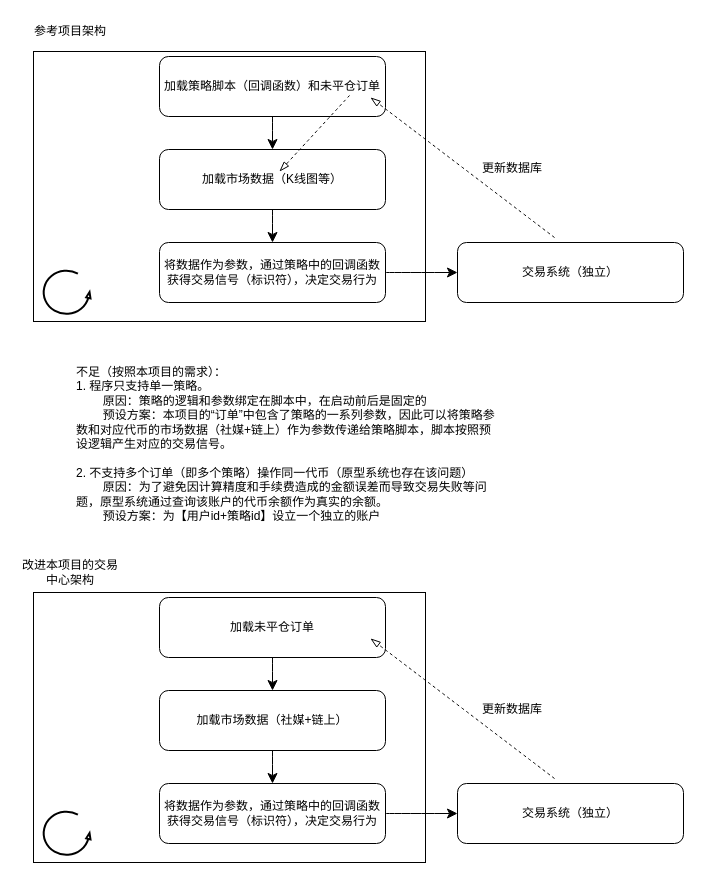
xyshawy/DRAW keeps this draw.io diagram as work/交易系统v0.1.drawio. Above is the earlier version. Source tidied: cells renumbered, new cells numbered last; positions are measured from the earlier drawing's top-left corner, leaving out a move shared by most shapes. Both pictures are drawn from the tidied source at 100%, with x=0, y=0 at pixel (17, 17).
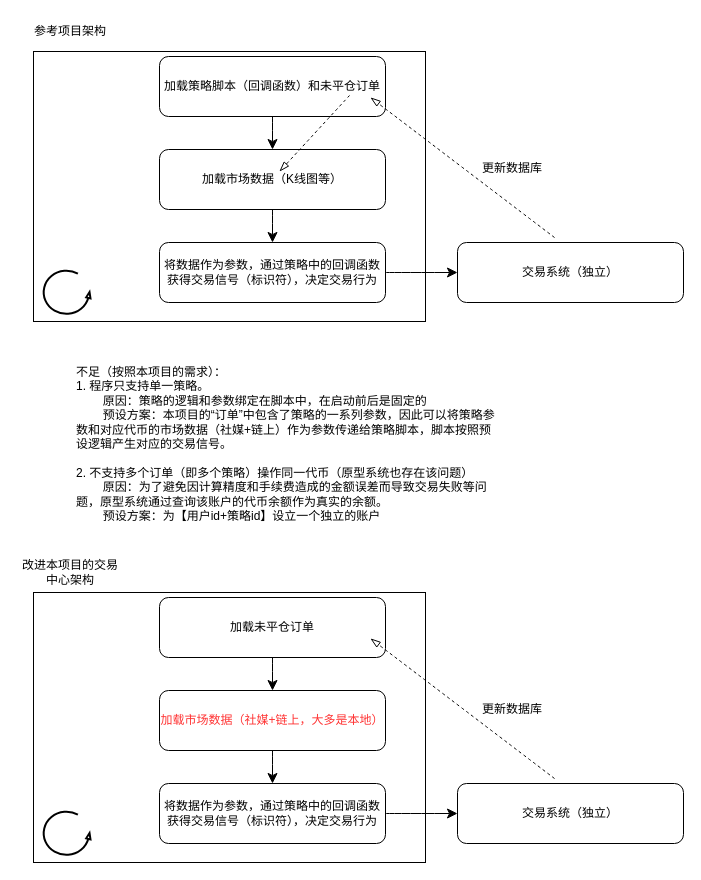
The same diagram, later.

Commit message (it also covers changes not shown here):
更新交易系统v0.1.drawio

The edit, as a diff of the source:
```diff
@@
-    <mxCell id="21" value="加载市场数据（社媒+链上）" style="rounded=1;whiteSpace=wrap;html=1;" parent="1" vertex="1">
+    <mxCell id="21" value="&lt;font style=&quot;color: rgb(255, 51, 51);&quot;&gt;加载市场数据（社媒+链上，大多是本地）&lt;/font&gt;" style="rounded=1;whiteSpace=wrap;html=1;" parent="1" vertex="1">
       <mxGeometry x="142" y="673" width="226" height="60" as="geometry" />
     </mxCell>
```
